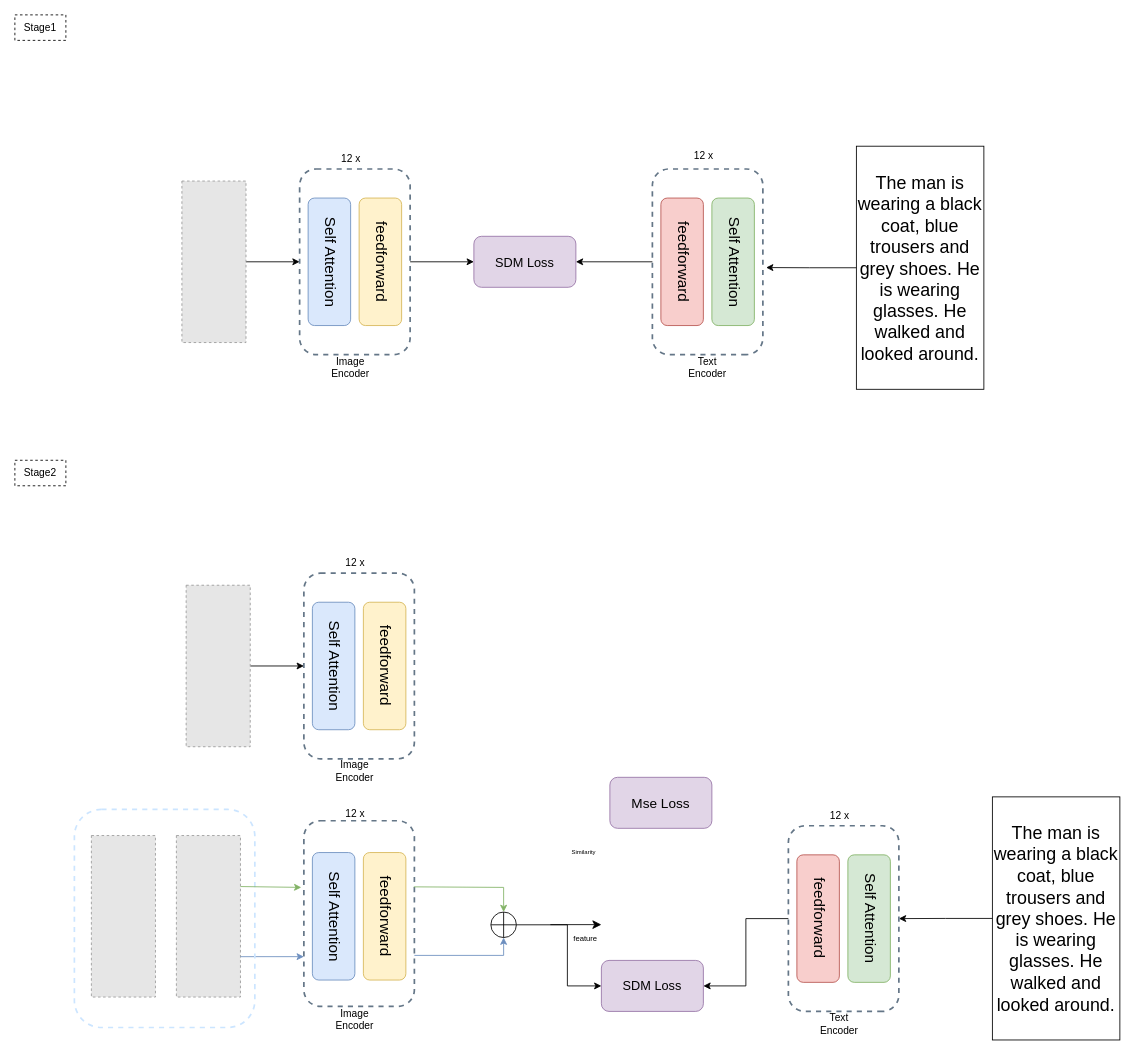
Earlier version of the draw.io diagram 11.8kd.drawio (CZYdeGithub/drawio). Source tidied: cells renumbered, new cells numbered last; positions are measured from the earlier drawing's top-left corner, leaving out a move shared by most shapes. Both pictures are drawn from the tidied source at 85%, with x=0, y=0 at pixel (14, 14). Pictures stored in the file or linked from it are replaced by grey dashed boxes.
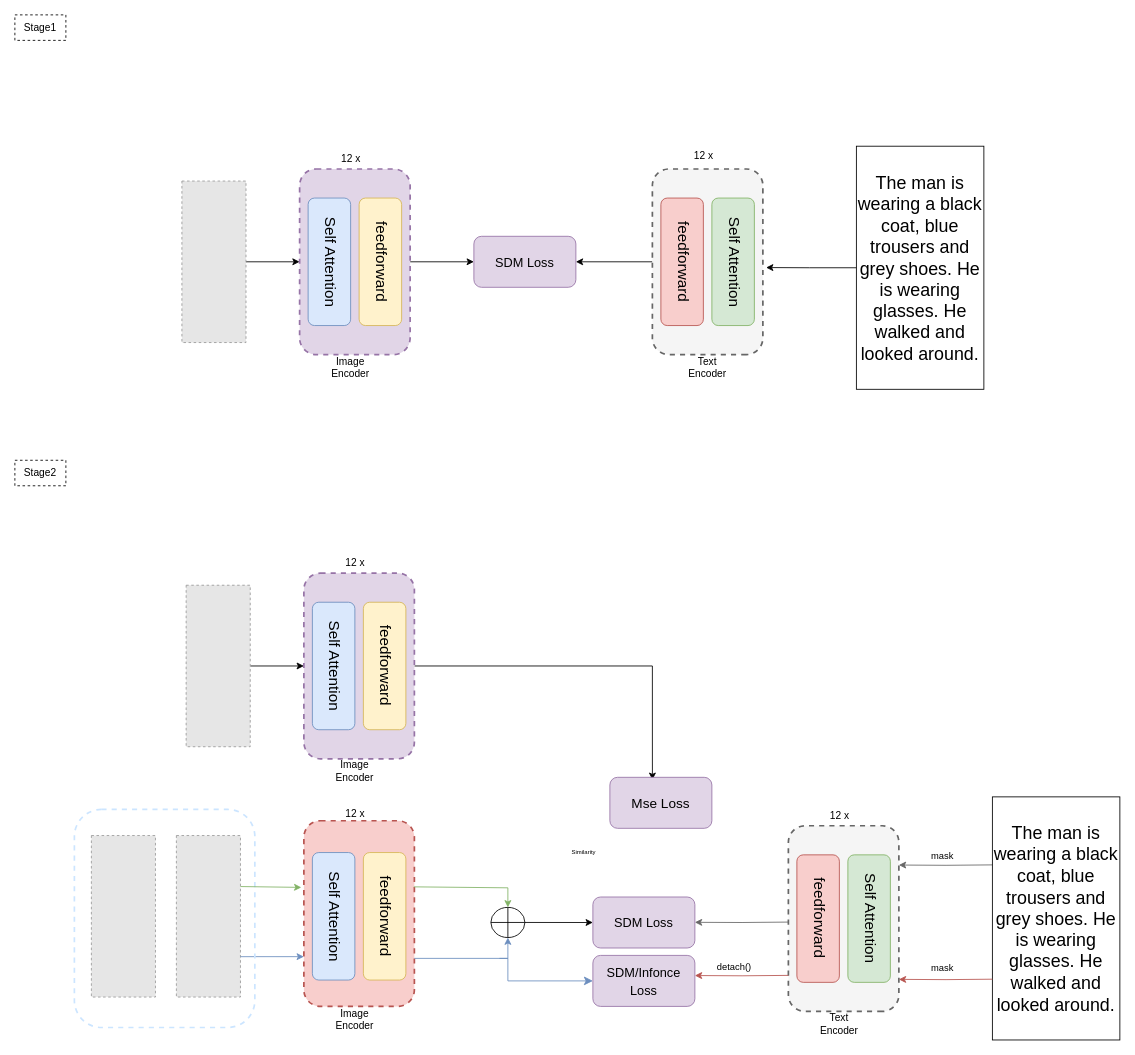
Above is the later version.

Unchanged cells that the change refers to:
```xml
<mxCell id="29" value="The man is wearing a black coat, blue trousers and grey shoes. He is wearing glasses. He walked and looked around." style="text;html=1;align=center;verticalAlign=middle;whiteSpace=wrap;rounded=0;strokeColor=default;fontSize=21;direction=south;" parent="1" vertex="1">
  <mxGeometry x="1150" y="920" width="150" height="286" as="geometry" />
</mxCell>
<mxCell id="47" value="&lt;font style=&quot;font-size: 16px;&quot;&gt;Mse Loss&lt;/font&gt;" style="rounded=1;whiteSpace=wrap;html=1;fontSize=18;fillColor=#e1d5e7;strokeColor=#9673a6;" parent="1" vertex="1">
  <mxGeometry x="700" y="897" width="120" height="60" as="geometry" />
</mxCell>
```

Change to the diagram source:
```diff
@@
-    <mxCell id="9" style="rounded=1;whiteSpace=wrap;html=1;fillColor=none;strokeColor=#647687;dashed=1;strokeWidth=2;" parent="1" vertex="1">
+    <mxCell id="9" style="rounded=1;whiteSpace=wrap;html=1;fillColor=#e1d5e7;strokeColor=#9673a6;dashed=1;strokeWidth=2;" parent="1" vertex="1">
       <mxGeometry x="335" y="181.3" width="130" height="218.4" as="geometry" />
     </mxCell>
@@
-    <mxCell id="15" style="rounded=1;whiteSpace=wrap;html=1;fillColor=none;strokeColor=#647687;dashed=1;strokeWidth=2;direction=west;" parent="1" vertex="1">
+    <mxCell id="15" style="rounded=1;whiteSpace=wrap;html=1;fillColor=#f5f5f5;strokeColor=#666666;dashed=1;strokeWidth=2;direction=west;fontColor=#333333;" parent="1" vertex="1">
       <mxGeometry x="750" y="181.3" width="130" height="218.4" as="geometry" />
     </mxCell>
@@
+    <mxCell id="55" style="edgeStyle=orthogonalEdgeStyle;rounded=0;jettySize=auto;html=1;exitX=1;exitY=0.5;exitDx=0;exitDy=0;entryX=0.417;entryY=0.05;entryDx=0;entryDy=0;entryPerimeter=0;" parent="1" edge="1" source="23" target="47">
+      <mxGeometry relative="1" as="geometry" />
+    </mxCell>
-    <mxCell id="23" style="rounded=1;whiteSpace=wrap;html=1;fillColor=none;strokeColor=#647687;dashed=1;strokeWidth=2;" parent="1" vertex="1">
+    <mxCell id="23" style="rounded=1;whiteSpace=wrap;html=1;fillColor=#e1d5e7;strokeColor=#9673a6;dashed=1;strokeWidth=2;" parent="1" vertex="1">
       <mxGeometry x="340" y="656.8" width="130" height="218.4" as="geometry" />
     </mxCell>
@@
-    <mxCell id="28" style="edgeStyle=orthogonalEdgeStyle;rounded=0;jettySize=auto;html=1;exitX=0.5;exitY=1;exitDx=0;exitDy=0;entryX=0;entryY=0.5;entryDx=0;entryDy=0;" parent="1" edge="1" source="29" target="42">
-      <mxGeometry relative="1" as="geometry" />
+    <mxCell id="28" style="edgeStyle=orthogonalEdgeStyle;rounded=0;orthogonalLoop=1;jettySize=auto;html=1;exitX=0.5;exitY=1;exitDx=0;exitDy=0;entryX=0;entryY=0.5;entryDx=0;entryDy=0;fillColor=#f5f5f5;strokeColor=#666666;" parent="1" edge="1">
+      <mxGeometry relative="1" as="geometry">
+        <mxPoint x="1150" y="1000" as="sourcePoint" />
+        <mxPoint x="1040" y="1000.2" as="targetPoint" />
+      </mxGeometry>
     </mxCell>
+    <mxCell id="56" value="mask" style="edgeLabel;html=1;align=center;verticalAlign=middle;" parent="28" vertex="1">
+      <mxGeometry x="0.36" relative="1" as="geometry">
+        <mxPoint x="15" y="-11" as="offset" />
+      </mxGeometry>
+    </mxCell>
@@
-    <mxCell id="32" value="&lt;font style=&quot;font-size: 15px;&quot;&gt;SDM Loss&lt;/font&gt;" style="rounded=1;whiteSpace=wrap;html=1;fontSize=18;fillColor=#e1d5e7;strokeColor=#9673a6;" parent="1" vertex="1">
-      <mxGeometry x="690" y="1112.4" width="120" height="60" as="geometry" />
+    <mxCell id="32" value="&lt;font style=&quot;font-size: 15px;&quot;&gt;SDM/Infonce Loss&lt;/font&gt;" style="rounded=1;whiteSpace=wrap;html=1;fontSize=18;fillColor=#e1d5e7;strokeColor=#9673a6;" parent="1" vertex="1">
+      <mxGeometry x="680" y="1106.5" width="120" height="60" as="geometry" />
     </mxCell>
@@
-    <mxCell id="36" style="rounded=1;whiteSpace=wrap;html=1;fillColor=none;strokeColor=#647687;dashed=1;strokeWidth=2;" parent="1" vertex="1">
+    <mxCell id="36" style="rounded=1;whiteSpace=wrap;html=1;fillColor=#f8cecc;strokeColor=#b85450;dashed=1;strokeWidth=2;" parent="1" vertex="1">
       <mxGeometry x="340" y="948.1" width="130" height="218.4" as="geometry" />
     </mxCell>
@@
-    <mxCell id="41" style="edgeStyle=orthogonalEdgeStyle;rounded=0;jettySize=auto;html=1;exitX=1;exitY=0.5;exitDx=0;exitDy=0;entryX=1;entryY=0.5;entryDx=0;entryDy=0;" parent="1" edge="1" source="42" target="32">
-      <mxGeometry relative="1" as="geometry" />
-    </mxCell>
-    <mxCell id="42" style="rounded=1;whiteSpace=wrap;html=1;fillColor=none;strokeColor=#647687;dashed=1;strokeWidth=2;direction=west;" parent="1" vertex="1">
+    <mxCell id="42" style="rounded=1;whiteSpace=wrap;html=1;fillColor=#f5f5f5;strokeColor=#666666;dashed=1;strokeWidth=2;direction=west;fontColor=#333333;" parent="1" vertex="1">
       <mxGeometry x="910" y="954" width="130" height="218.4" as="geometry" />
     </mxCell>
@@
-    <mxCell id="48" style="endArrow=classic;html=1;rounded=0;exitX=1;exitY=0.75;exitDx=0;exitDy=0;fillColor=#dae8fc;strokeColor=#6c8ebf;entryX=0.5;entryY=1;entryDx=0;entryDy=0;" parent="1" edge="1" target="50">
+    <mxCell id="48" style="endArrow=classic;html=1;rounded=0;fillColor=#dae8fc;strokeColor=#6c8ebf;entryX=0.5;entryY=1;entryDx=0;entryDy=0;" parent="1" edge="1" target="50">
       <mxGeometry relative="1" as="geometry">
-        <mxPoint x="470" y="1106.5" as="sourcePoint" />
+        <mxPoint x="470" y="1110" as="sourcePoint" />
         <Array as="points">
-          <mxPoint x="575" y="1106.5" />
+          <mxPoint x="580" y="1110" />
         </Array>
       </mxGeometry>
     </mxCell>
-    <mxCell id="49" style="edgeStyle=orthogonalEdgeStyle;rounded=0;jettySize=auto;html=1;exitX=1;exitY=0.5;exitDx=0;exitDy=0;entryX=0;entryY=0.5;entryDx=0;entryDy=0;" parent="1" edge="1" source="50" target="32">
-      <mxGeometry relative="1" as="geometry">
-        <Array as="points">
-          <mxPoint x="650" y="1070.5" />
-          <mxPoint x="650" y="1142.5" />
-        </Array>
-      </mxGeometry>
-    </mxCell>
+    <mxCell id="57" style="edgeStyle=orthogonalEdgeStyle;rounded=0;jettySize=auto;html=1;exitX=1;exitY=0.5;exitDx=0;exitDy=0;entryX=0;entryY=0.5;entryDx=0;entryDy=0;" parent="1" edge="1" source="50" target="64">
+      <mxGeometry relative="1" as="geometry" />
+    </mxCell>
     <mxCell id="50" style="shape=orEllipse;perimeter=ellipsePerimeter;whiteSpace=wrap;html=1;backgroundOutline=1;" parent="1" vertex="1">
-      <mxGeometry x="560" y="1055.5" width="30" height="30" as="geometry" />
+      <mxGeometry x="560" y="1050" width="40" height="35.5" as="geometry" />
     </mxCell>
     <mxCell id="51" style="endArrow=classic;html=1;rounded=0;exitX=0.995;exitY=0.356;exitDx=0;exitDy=0;fillColor=#d5e8d4;strokeColor=#82b366;entryX=0.5;entryY=0;entryDx=0;entryDy=0;exitPerimeter=0;" parent="1" edge="1" source="36" target="50">
       <mxGeometry relative="1" as="geometry">
         <Array as="points">
-          <mxPoint x="575" y="1026.5" />
+          <mxPoint x="580" y="1027" />
         </Array>
       </mxGeometry>
     </mxCell>
-    <mxCell id="52" style="edgeStyle=segmentEdgeStyle;endArrow=classic;html=1;curved=0;rounded=0;endSize=8;startSize=8;" parent="1" edge="1">
-      <mxGeometry relative="1" as="geometry">
-        <mxPoint x="630" y="1070.3" as="sourcePoint" />
-        <mxPoint x="690" y="1070.3" as="targetPoint" />
-      </mxGeometry>
-    </mxCell>
-    <mxCell id="53" value="&lt;font style=&quot;font-size: 9px;&quot;&gt;feature&lt;/font&gt;" style="edgeLabel;html=1;align=center;verticalAlign=middle;" parent="52" vertex="1">
-      <mxGeometry x="0.2" y="-2" relative="1" as="geometry">
-        <mxPoint x="4" y="13" as="offset" />
-      </mxGeometry>
-    </mxCell>
@@
+    <mxCell id="58" style="edgeStyle=orthogonalEdgeStyle;rounded=0;orthogonalLoop=1;jettySize=auto;html=1;exitX=0.5;exitY=1;exitDx=0;exitDy=0;entryX=0;entryY=0.5;entryDx=0;entryDy=0;fillColor=#f8cecc;strokeColor=#b85450;" parent="1" edge="1">
+      <mxGeometry relative="1" as="geometry">
+        <mxPoint x="1150" y="1134.5" as="sourcePoint" />
+        <mxPoint x="1040" y="1134.7" as="targetPoint" />
+      </mxGeometry>
+    </mxCell>
+    <mxCell id="59" value="mask" style="edgeLabel;html=1;align=center;verticalAlign=middle;" parent="58" vertex="1">
+      <mxGeometry x="0.22" y="2" relative="1" as="geometry">
+        <mxPoint x="7" y="-17" as="offset" />
+      </mxGeometry>
+    </mxCell>
+    <mxCell id="60" style="edgeStyle=orthogonalEdgeStyle;rounded=0;orthogonalLoop=1;jettySize=auto;html=1;exitX=0.5;exitY=1;exitDx=0;exitDy=0;entryX=0;entryY=0.5;entryDx=0;entryDy=0;fillColor=#f5f5f5;strokeColor=#666666;" parent="1" edge="1">
+      <mxGeometry relative="1" as="geometry">
+        <mxPoint x="910" y="1067.3" as="sourcePoint" />
+        <mxPoint x="800" y="1067.6" as="targetPoint" />
+      </mxGeometry>
+    </mxCell>
+    <mxCell id="61" style="edgeStyle=orthogonalEdgeStyle;rounded=0;orthogonalLoop=1;jettySize=auto;html=1;exitX=0.5;exitY=1;exitDx=0;exitDy=0;entryX=0;entryY=0.5;entryDx=0;entryDy=0;fillColor=#f8cecc;strokeColor=#b85450;" parent="1" edge="1">
+      <mxGeometry relative="1" as="geometry">
+        <mxPoint x="910" y="1130" as="sourcePoint" />
+        <mxPoint x="800" y="1130.2" as="targetPoint" />
+      </mxGeometry>
+    </mxCell>
+    <mxCell id="62" value="detach()" style="edgeLabel;html=1;align=center;verticalAlign=middle;" parent="61" vertex="1">
+      <mxGeometry x="0.36" relative="1" as="geometry">
+        <mxPoint x="10" y="-11" as="offset" />
+      </mxGeometry>
+    </mxCell>
+    <mxCell id="63" style="edgeStyle=segmentEdgeStyle;endArrow=classic;html=1;curved=0;rounded=0;endSize=8;startSize=8;entryX=0;entryY=0.5;entryDx=0;entryDy=0;fillColor=#dae8fc;strokeColor=#6c8ebf;" parent="1" edge="1" target="32">
+      <mxGeometry relative="1" as="geometry">
+        <mxPoint x="570" y="1110" as="sourcePoint" />
+        <Array as="points">
+          <mxPoint x="580" y="1110" />
+          <mxPoint x="580" y="1137" />
+        </Array>
+      </mxGeometry>
+    </mxCell>
+    <mxCell id="64" value="&lt;font style=&quot;font-size: 15px;&quot;&gt;SDM Loss&lt;/font&gt;" style="rounded=1;whiteSpace=wrap;html=1;fontSize=18;fillColor=#e1d5e7;strokeColor=#9673a6;" parent="1" vertex="1">
+      <mxGeometry x="680" y="1037.8" width="120" height="60" as="geometry" />
+    </mxCell>
```
